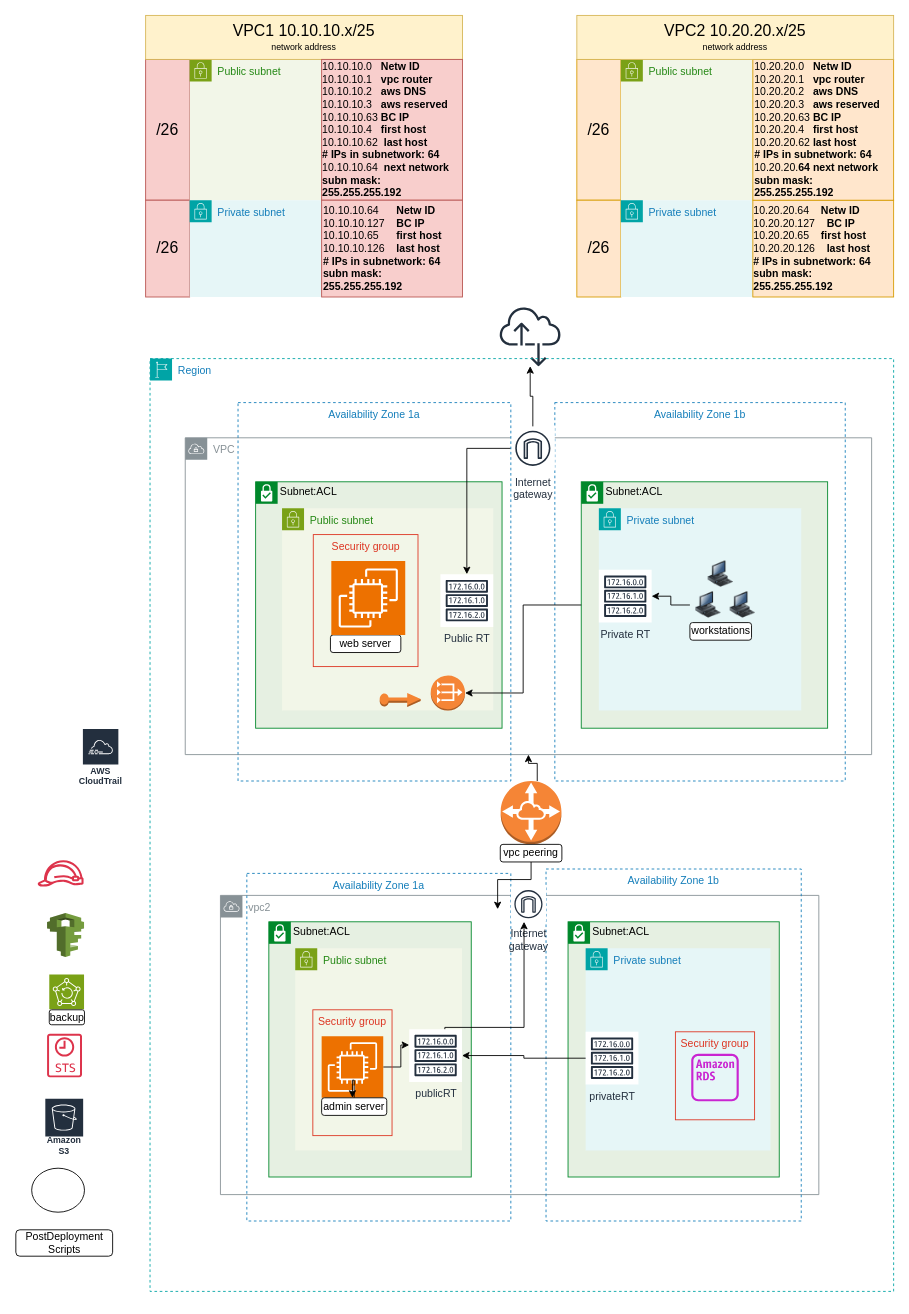
The draw.io diagram 10_Final_Project/diagram_v1.0/FinalProject-v1.0.drawio in techgrounds/techgrounds-FvL69-1, before the edit. Source tidied: cells renumbered, new cells numbered last; positions are measured from the earlier drawing's top-left corner, leaving out a move shared by most shapes. Both pictures are drawn from the tidied source at 88%, with x=0, y=0 at pixel (15, 15).
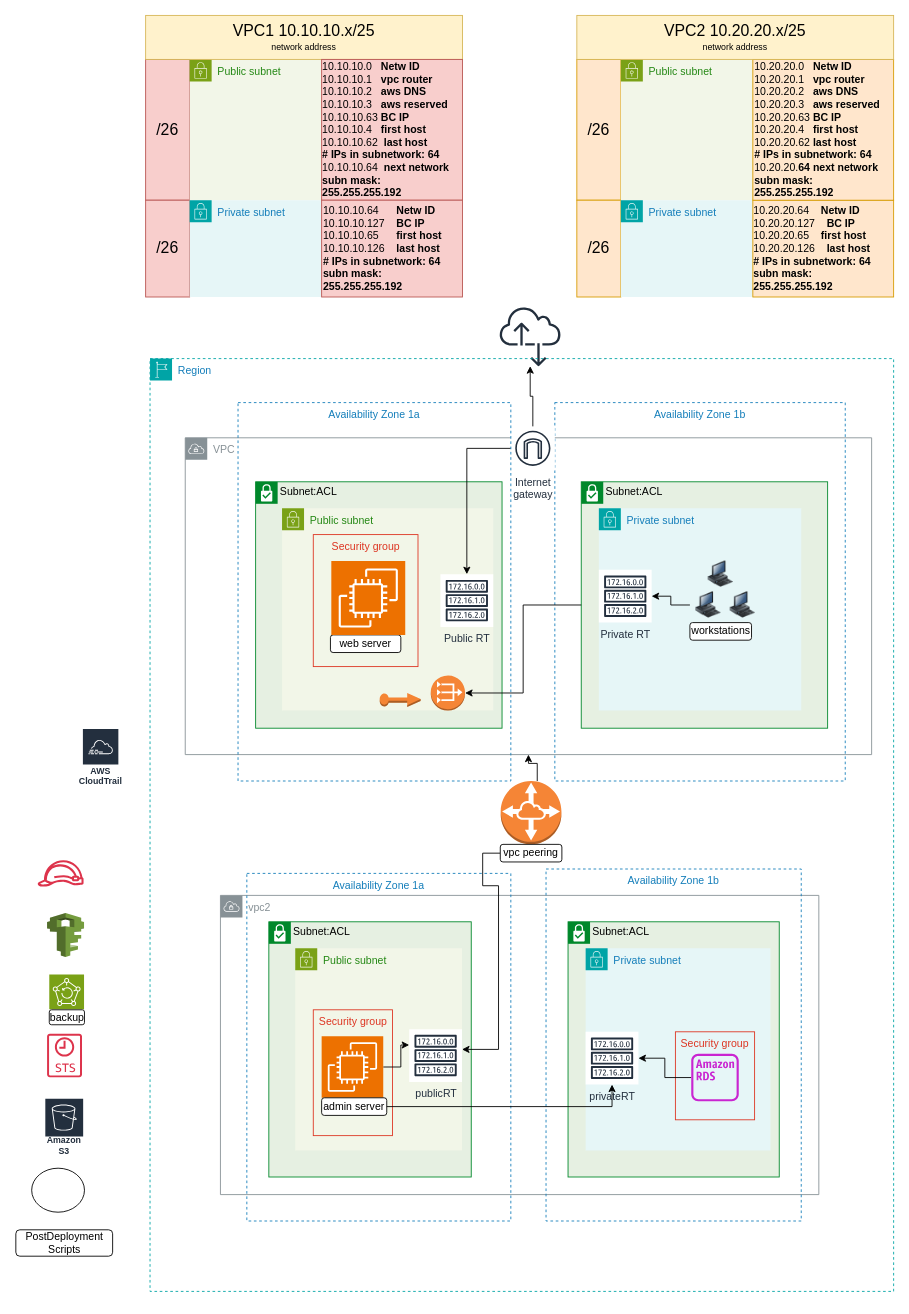
Above is the later version.

Unchanged cells that the change refers to:
```xml
<mxCell id="27" value="Region" style="points=[[0,0],[0.25,0],[0.5,0],[0.75,0],[1,0],[1,0.25],[1,0.5],[1,0.75],[1,1],[0.75,1],[0.5,1],[0.25,1],[0,1],[0,0.75],[0,0.5],[0,0.25]];outlineConnect=0;gradientColor=none;html=1;whiteSpace=wrap;fontSize=12;fontStyle=0;shape=mxgraph.aws4.group;grIcon=mxgraph.aws4.group_region;strokeColor=#00A4A6;fillColor=none;verticalAlign=top;align=left;spacingLeft=30;fontColor=#147EBA;dashed=1;" parent="1" vertex="1">
  <mxGeometry x="153" y="390" width="845" height="1060" as="geometry" />
</mxCell>
<mxCell id="29" value="Availability Zone 1a" style="fillColor=none;strokeColor=#147EBA;dashed=1;verticalAlign=top;fontStyle=0;fontColor=#147EBA;whiteSpace=wrap;html=1;" parent="27" vertex="1">
  <mxGeometry x="110" y="585" width="300" height="395" as="geometry" />
</mxCell>
<mxCell id="31" value="Subnet:ACL" style="shape=mxgraph.ibm.box;prType=subnet;fontStyle=0;verticalAlign=top;align=left;spacingLeft=32;spacingTop=4;fillColor=#E6F0E2;rounded=0;whiteSpace=wrap;html=1;strokeColor=#00882B;strokeWidth=1;dashed=0;spacing=-4;" parent="27" vertex="1">
  <mxGeometry x="135" y="640" width="230" height="290" as="geometry" />
</mxCell>
<mxCell id="32" value="Public subnet" style="gradientColor=none;html=1;whiteSpace=wrap;fontSize=12;fontStyle=0;shape=mxgraph.aws4.group;grIcon=mxgraph.aws4.group_security_group;grStroke=0;strokeColor=#7AA116;fillColor=#F2F6E8;verticalAlign=top;align=left;spacingLeft=30;fontColor=#248814;dashed=0;" parent="31" vertex="1">
  <mxGeometry x="30" y="30" width="189.5" height="230" as="geometry" />
</mxCell>
<mxCell id="33" value="publicRT" style="sketch=0;outlineConnect=0;fontColor=#232F3E;gradientColor=none;strokeColor=#232F3E;fillColor=#ffffff;dashed=0;verticalLabelPosition=bottom;verticalAlign=top;align=center;html=1;fontSize=12;fontStyle=0;shape=mxgraph.aws4.resourceIcon;resIcon=mxgraph.aws4.route_table;" parent="32" vertex="1">
  <mxGeometry x="129.5" y="92" width="60" height="60" as="geometry" />
</mxCell>
<mxCell id="35" style="sketch=0;points=[[0,0,0],[0.25,0,0],[0.5,0,0],[0.75,0,0],[1,0,0],[0,1,0],[0.25,1,0],[0.5,1,0],[0.75,1,0],[1,1,0],[0,0.25,0],[0,0.5,0],[0,0.75,0],[1,0.25,0],[1,0.5,0],[1,0.75,0]];outlineConnect=0;fontColor=#232F3E;fillColor=#ED7100;strokeColor=#ffffff;dashed=0;verticalLabelPosition=bottom;verticalAlign=top;align=center;html=1;fontSize=12;fontStyle=0;shape=mxgraph.aws4.resourceIcon;resIcon=mxgraph.aws4.ec2;" parent="31" vertex="1">
  <mxGeometry x="60" y="130" width="70" height="70" as="geometry" />
</mxCell>
<mxCell id="37" value="admin server" style="rounded=1;whiteSpace=wrap;html=1;" parent="31" vertex="1">
  <mxGeometry x="60" y="200" width="74" height="20" as="geometry" />
</mxCell>
<mxCell id="39" value="Subnet:ACL" style="shape=mxgraph.ibm.box;prType=subnet;fontStyle=0;verticalAlign=top;align=left;spacingLeft=32;spacingTop=4;fillColor=#E6F0E2;rounded=0;whiteSpace=wrap;html=1;strokeColor=#00882B;strokeWidth=1;dashed=0;spacing=-4;" parent="27" vertex="1">
  <mxGeometry x="475" y="640" width="240" height="290" as="geometry" />
</mxCell>
<mxCell id="42" style="sketch=0;outlineConnect=0;fontColor=#232F3E;gradientColor=none;fillColor=#C925D1;strokeColor=none;dashed=0;verticalLabelPosition=bottom;verticalAlign=top;align=center;html=1;fontSize=12;fontStyle=0;shape=mxgraph.aws4.rds_instance_alt;" parent="39" vertex="1">
  <mxGeometry x="140" y="150" width="54" height="54" as="geometry" />
</mxCell>
<mxCell id="43" value="privateRT" style="sketch=0;outlineConnect=0;fontColor=#232F3E;gradientColor=none;strokeColor=#232F3E;fillColor=#ffffff;dashed=0;verticalLabelPosition=bottom;verticalAlign=top;align=center;html=1;fontSize=12;fontStyle=0;shape=mxgraph.aws4.resourceIcon;resIcon=mxgraph.aws4.route_table;" parent="39" vertex="1">
  <mxGeometry x="20" y="125" width="60" height="60" as="geometry" />
</mxCell>
<mxCell id="69" value="vpc peering" style="rounded=1;whiteSpace=wrap;html=1;" parent="27" vertex="1">
  <mxGeometry x="398" y="552" width="70" height="20" as="geometry" />
</mxCell>
```

Change to the diagram source:
```diff
@@
+    <mxCell id="38" value="Security group" style="fillColor=none;strokeColor=#DD3522;verticalAlign=top;fontStyle=0;fontColor=#DD3522;whiteSpace=wrap;html=1;" parent="32" vertex="1">
+      <mxGeometry x="20.5" y="70" width="90" height="143" as="geometry" />
+    </mxCell>
@@
-    <mxCell id="36" style="edgeStyle=orthogonalEdgeStyle;rounded=0;jettySize=auto;html=1;" parent="31" edge="1" source="37" target="35">
-      <mxGeometry relative="1" as="geometry" />
-    </mxCell>
@@
-    <mxCell id="38" value="Security group" style="fillColor=none;strokeColor=#DD3522;verticalAlign=top;fontStyle=0;fontColor=#DD3522;whiteSpace=wrap;html=1;" parent="31" vertex="1">
-      <mxGeometry x="50" y="100" width="90" height="143" as="geometry" />
-    </mxCell>
@@
+    <mxCell id="75" style="edgeStyle=orthogonalEdgeStyle;rounded=0;jettySize=auto;html=1;" parent="39" edge="1" source="42" target="43">
+      <mxGeometry relative="1" as="geometry" />
+    </mxCell>
@@
-    <mxCell id="44" style="edgeStyle=orthogonalEdgeStyle;rounded=0;jettySize=auto;html=1;entryX=0.95;entryY=0.103;entryDx=0;entryDy=0;entryPerimeter=0;" parent="27" edge="1" source="69" target="29">
-      <mxGeometry relative="1" as="geometry" />
+    <mxCell id="44" style="edgeStyle=orthogonalEdgeStyle;rounded=0;jettySize=auto;html=1;" parent="27" edge="1" source="69" target="33">
+      <mxGeometry relative="1" as="geometry">
+        <Array as="points">
+          <mxPoint x="378" y="562" />
+          <mxPoint x="378" y="599" />
+          <mxPoint x="396" y="599" />
+          <mxPoint x="396" y="785" />
+        </Array>
+      </mxGeometry>
     </mxCell>
@@
-    <mxCell id="71" value="Internet&#10;gateway" style="sketch=0;outlineConnect=0;fontColor=#232F3E;gradientColor=none;strokeColor=#232F3E;fillColor=#ffffff;dashed=0;verticalLabelPosition=bottom;verticalAlign=top;align=center;html=1;fontSize=12;fontStyle=0;shape=mxgraph.aws4.resourceIcon;resIcon=mxgraph.aws4.internet_gateway;" parent="27" vertex="1">
-      <mxGeometry x="410" y="600" width="40" height="40" as="geometry" />
-    </mxCell>
-    <mxCell id="72" style="edgeStyle=orthogonalEdgeStyle;rounded=0;jettySize=auto;html=1;" parent="27" edge="1" source="33" target="71">
-      <mxGeometry relative="1" as="geometry">
-        <Array as="points">
-          <mxPoint x="335" y="760" />
-          <mxPoint x="425" y="760" />
-        </Array>
-      </mxGeometry>
-    </mxCell>
-    <mxCell id="73" style="edgeStyle=orthogonalEdgeStyle;rounded=0;jettySize=auto;html=1;" parent="27" edge="1" source="43" target="33">
-      <mxGeometry relative="1" as="geometry" />
-    </mxCell>
+    <mxCell id="76" style="edgeStyle=orthogonalEdgeStyle;rounded=0;jettySize=auto;html=1;" parent="27" edge="1" source="37" target="43">
+      <mxGeometry relative="1" as="geometry" />
+    </mxCell>
```
